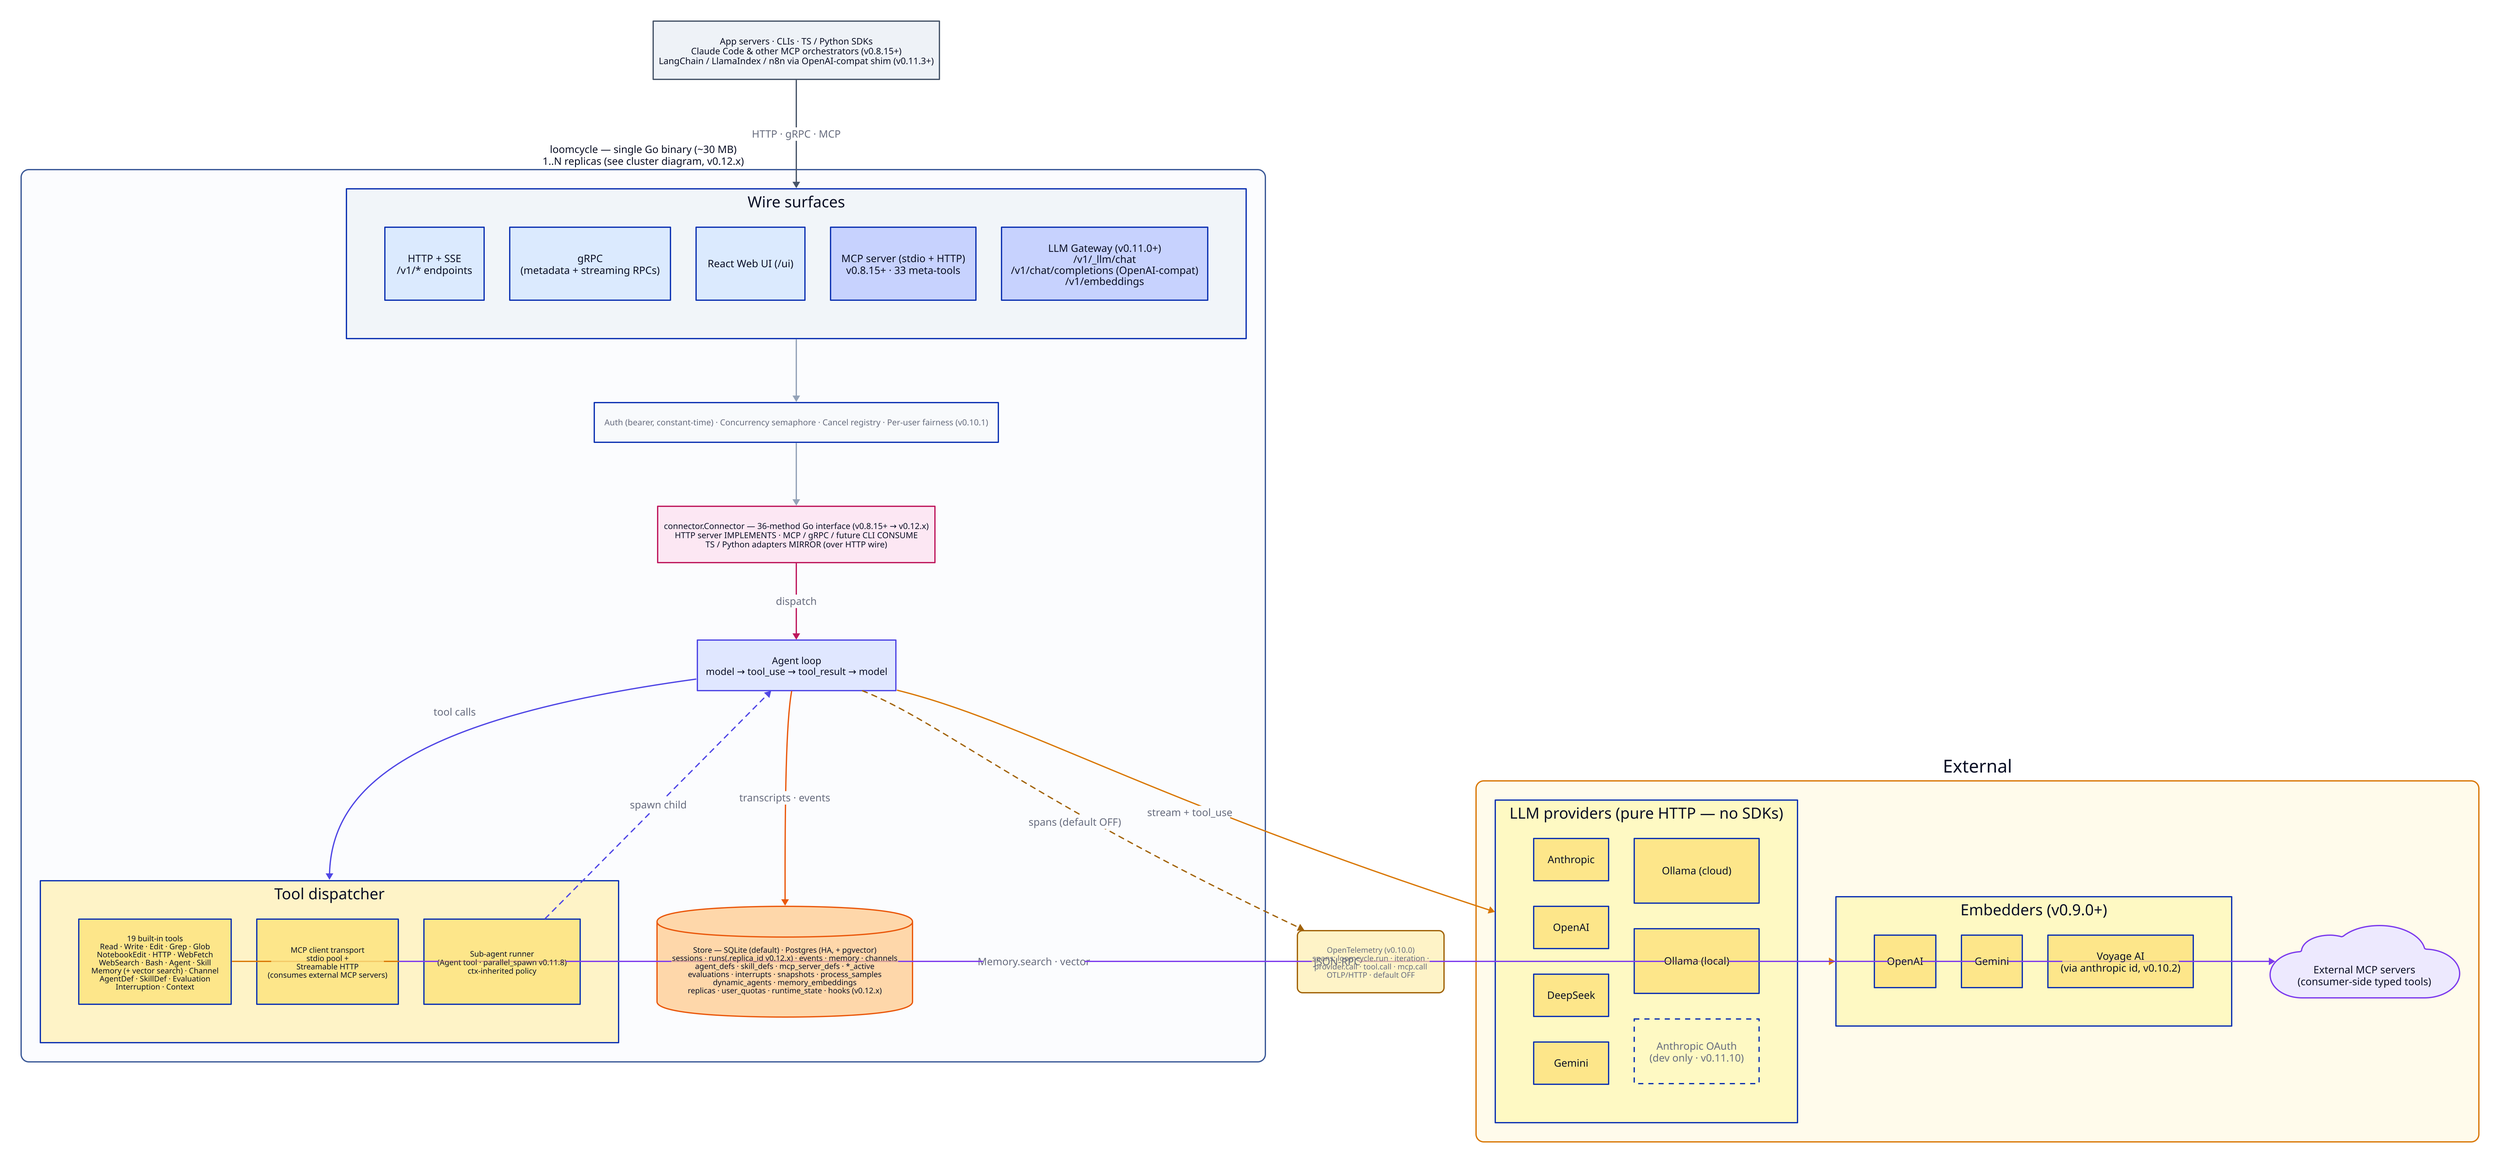
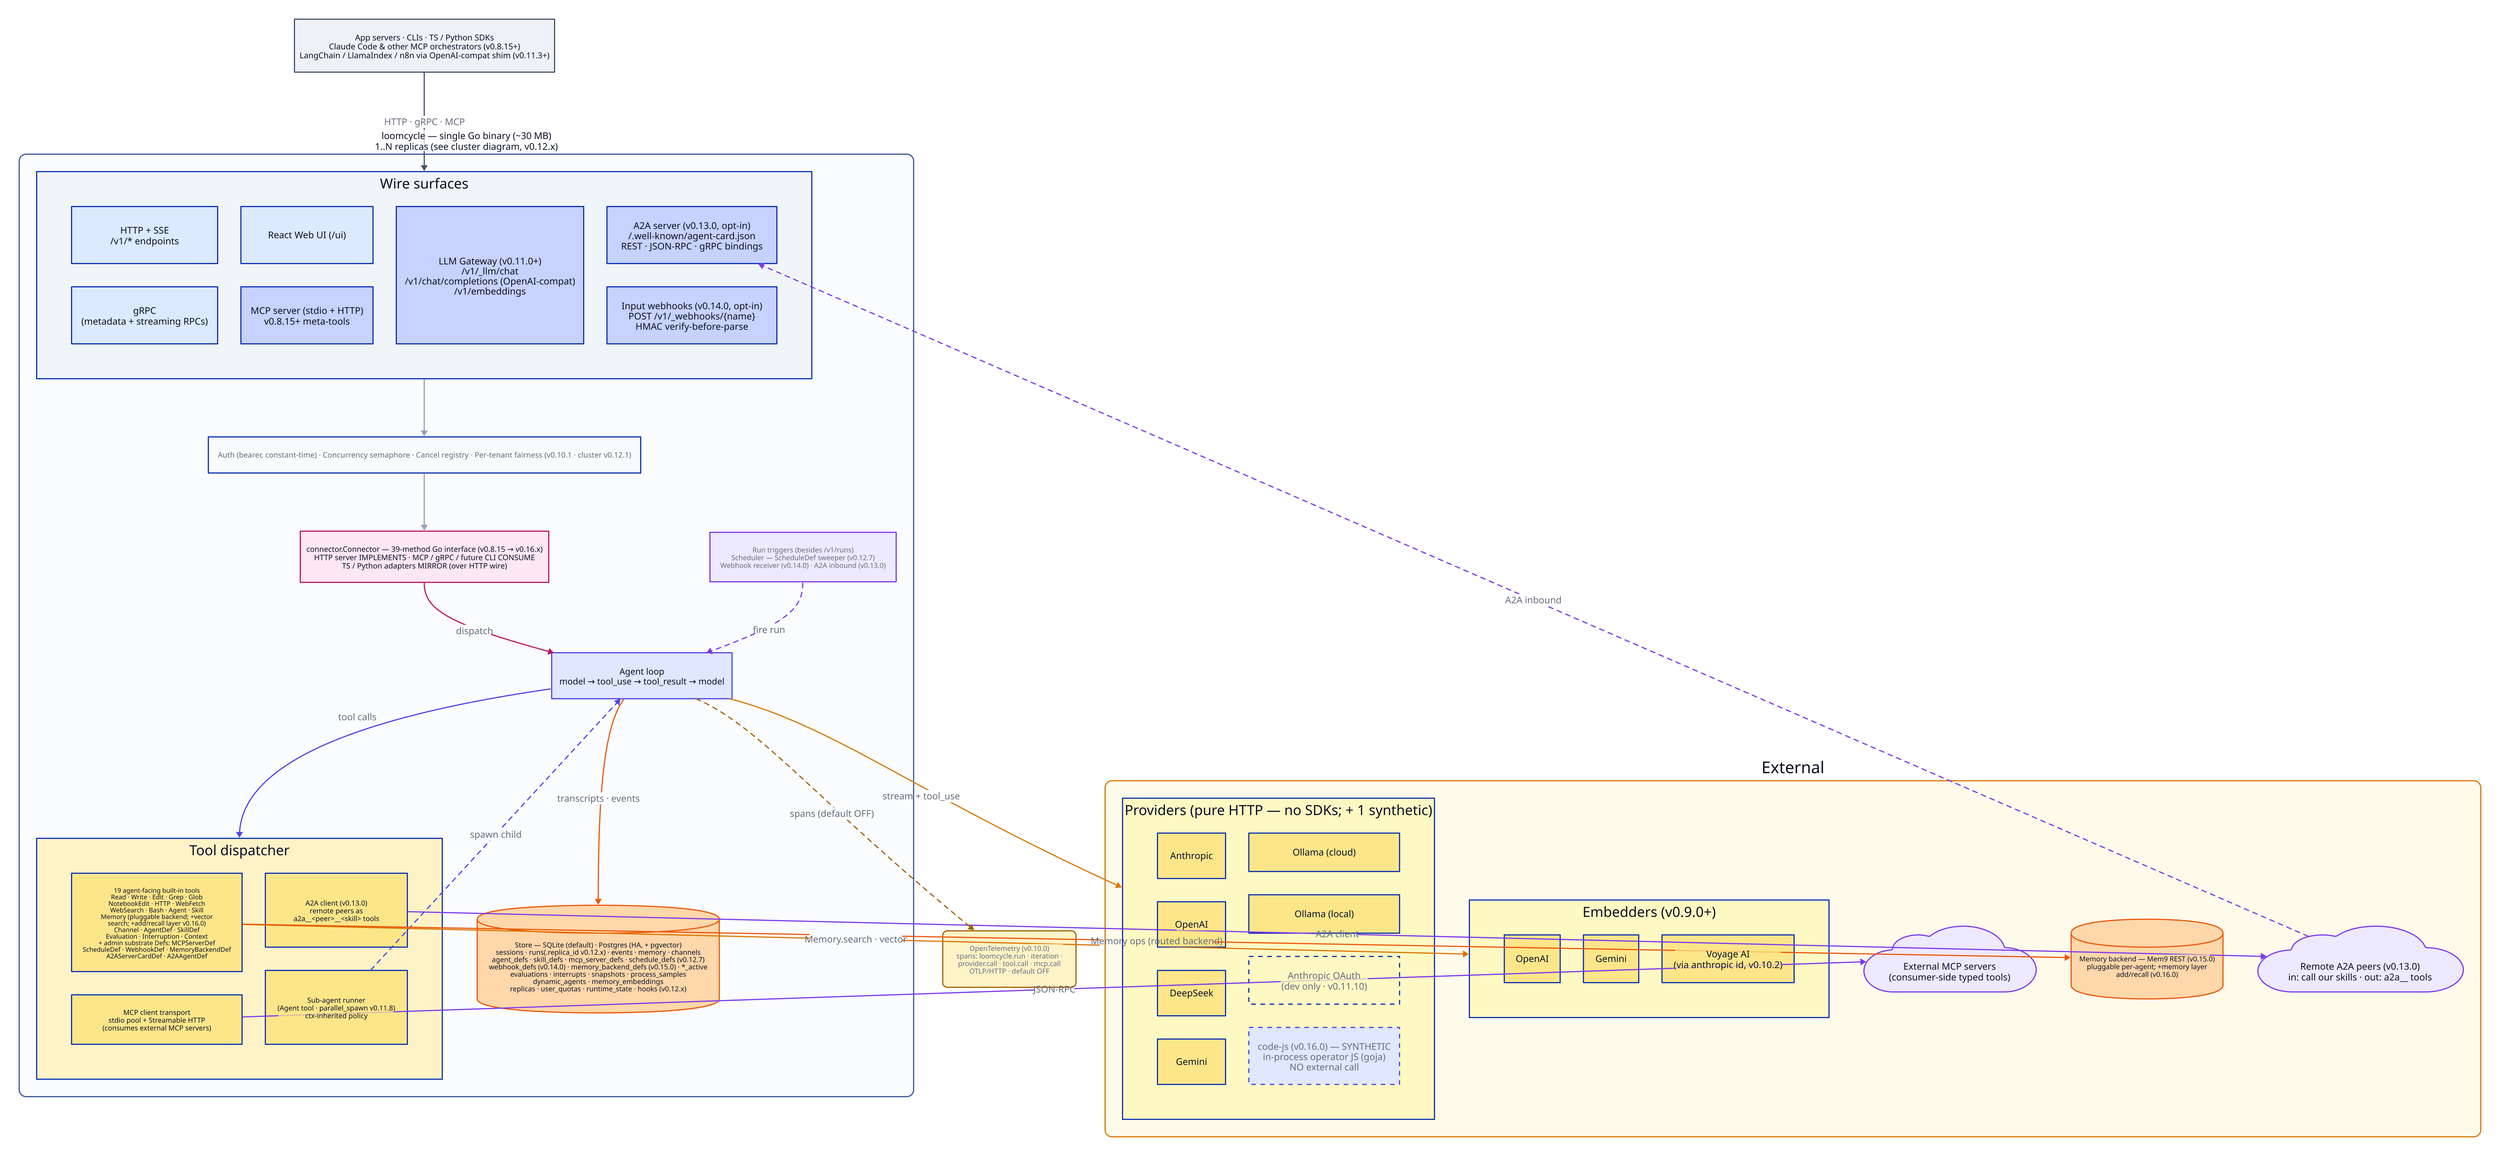
# LoomCycle architecture diagram
# Render: d2 docs/architecture.d2 docs/assets/architecture.png

vars: {
  d2-config: {
    layout-engine: elk
    pad: 32
  }
}

direction: down

# ---- External callers (left) ----

clients: "App servers · CLIs · TS / Python SDKs\nClaude Code & other MCP orchestrators (v0.8.15+)\nLangChain / LlamaIndex / n8n via OpenAI-compat shim (v0.11.3+)" {
  shape: rectangle
  style: {
    fill: "#eef2f7"
    stroke: "#475569"
    font-size: 14
  }
}

# ---- The loomcycle binary (center) ----

loomcycle: "loomcycle — single Go binary (~30 MB)\n1..N replicas (see cluster diagram, v0.12.x)" {
  style: {
    fill: "#fbfcfe"
    stroke: "#3b5998"
    stroke-width: 2
    border-radius: 12
    font-size: 16
    bold: true
  }

  direction: down

  surfaces: "Wire surfaces" {
-     grid-columns: 5
+     grid-columns: 4
    style.fill: "#f1f5f9"

    http_sse: "HTTP + SSE\n/v1/* endpoints" {style.fill: "#dbeafe"}
    grpc: "gRPC\n(metadata + streaming RPCs)" {style.fill: "#dbeafe"}
    webui: "React Web UI (/ui)" {style.fill: "#dbeafe"}
-     mcp_stdio: "MCP server (stdio + HTTP)\nv0.8.15+ · 33 meta-tools" {
+     mcp_stdio: "MCP server (stdio + HTTP)\nv0.8.15+ meta-tools" {
      style: {fill: "#c7d2fe"; bold: true}
    }
    gateway: "LLM Gateway (v0.11.0+)\n/v1/_llm/chat\n/v1/chat/completions (OpenAI-compat)\n/v1/embeddings" {
      style: {fill: "#c7d2fe"; bold: true}
    }
-   }
- 
-   middleware: "Auth (bearer, constant-time) · Concurrency semaphore · Cancel registry · Per-user fairness (v0.10.1)" {
+     a2a: "A2A server (v0.13.0, opt-in)\n/.well-known/agent-card.json\nREST · JSON-RPC · gRPC bindings" {
+       style: {fill: "#c7d2fe"; bold: true}
+     }
+     webhooks: "Input webhooks (v0.14.0, opt-in)\nPOST /v1/_webhooks/{name}\nHMAC verify-before-parse" {
+       style: {fill: "#c7d2fe"; bold: true}
+     }
+   }
+ 
+   middleware: "Auth (bearer, constant-time) · Concurrency semaphore · Cancel registry · Per-tenant fairness (v0.10.1 · cluster v0.12.1)" {
    style: {
      fill: "#f8fafc"
      italic: true
      font-size: 13
    }
  }

-   connector: "connector.Connector — 36-method Go interface (v0.8.15+ → v0.12.x)\nHTTP server IMPLEMENTS · MCP / gRPC / future CLI CONSUME\nTS / Python adapters MIRROR (over HTTP wire)" {
+   connector: "connector.Connector — 39-method Go interface (v0.8.15 → v0.16.x)\nHTTP server IMPLEMENTS · MCP / gRPC / future CLI CONSUME\nTS / Python adapters MIRROR (over HTTP wire)" {
    style: {
      fill: "#fce7f3"
      stroke: "#be185d"
      stroke-width: 2
      bold: true
      font-size: 13
    }
  }

  loop: "Agent loop\nmodel → tool_use → tool_result → model" {
    style: {
      fill: "#e0e7ff"
      stroke: "#4f46e5"
      stroke-width: 2
      bold: true
      font-size: 15
    }
  }

  dispatcher: "Tool dispatcher" {
-     grid-columns: 3
+     grid-columns: 2
    style.fill: "#fef3c7"

-     builtins: "19 built-in tools\nRead · Write · Edit · Grep · Glob\nNotebookEdit · HTTP · WebFetch\nWebSearch · Bash · Agent · Skill\nMemory (+ vector search) · Channel\nAgentDef · SkillDef · Evaluation\nInterruption · Context" {
+     builtins: "19 agent-facing built-in tools\nRead · Write · Edit · Grep · Glob\nNotebookEdit · HTTP · WebFetch\nWebSearch · Bash · Agent · Skill\nMemory (pluggable backend; +vector\nsearch; +add/recall layer v0.16.0)\nChannel · AgentDef · SkillDef\nEvaluation · Interruption · Context\n+ admin substrate Defs: MCPServerDef\nScheduleDef · WebhookDef · MemoryBackendDef\nA2AServerCardDef · A2AAgentDef" {
+       style: {fill: "#fde68a"; font-size: 11}
+     }
+     mcp_layer: "MCP client transport\nstdio pool + Streamable HTTP\n(consumes external MCP servers)" {
      style: {fill: "#fde68a"; font-size: 12}
    }
-     mcp_layer: "MCP client transport\nstdio pool +\nStreamable HTTP\n(consumes external MCP servers)" {
+     a2a_layer: "A2A client (v0.13.0)\nremote peers as\na2a__<peer>__<skill> tools" {
      style: {fill: "#fde68a"; font-size: 12}
    }
    subagents: "Sub-agent runner\n(Agent tool · parallel_spawn v0.11.8)\nctx-inherited policy" {
      style: {fill: "#fde68a"; font-size: 12}
    }
  }

-   store: "Store — SQLite (default) · Postgres (HA, + pgvector)\nsessions · runs(.replica_id v0.12.x) · events · memory · channels\nagent_defs · skill_defs · mcp_server_defs · *_active\nevaluations · interrupts · snapshots · process_samples\ndynamic_agents · memory_embeddings\nreplicas · user_quotas · runtime_state · hooks (v0.12.x)" {
+   triggers: "Run triggers (besides /v1/runs)\nScheduler — ScheduleDef sweeper (v0.12.7)\nWebhook receiver (v0.14.0) · A2A inbound (v0.13.0)" {
+     style: {fill: "#ede9fe"; stroke: "#7c3aed"; font-size: 12; italic: true}
+   }
+ 
+   store: "Store — SQLite (default) · Postgres (HA, + pgvector)\nsessions · runs(.replica_id v0.12.x) · events · memory · channels\nagent_defs · skill_defs · mcp_server_defs · schedule_defs (v0.12.7)\nwebhook_defs (v0.14.0) · memory_backend_defs (v0.15.0) · *_active\nevaluations · interrupts · snapshots · process_samples\ndynamic_agents · memory_embeddings\nreplicas · user_quotas · runtime_state · hooks (v0.12.x)" {
    shape: cylinder
    style: {
      fill: "#fed7aa"
      stroke: "#ea580c"
      bold: true
      font-size: 12
    }
  }

  surfaces -> middleware: {style.stroke: "#94a3b8"}
  middleware -> connector: {style.stroke: "#94a3b8"}
  connector -> loop: "dispatch" {style.stroke: "#be185d"; style.stroke-width: 2}
  loop -> dispatcher: "tool calls" {style.stroke: "#4f46e5"}
  loop -> store: "transcripts · events" {style.stroke: "#ea580c"}
+   triggers -> loop: "fire run" {style.stroke: "#7c3aed"; style.stroke-dash: 4}
  dispatcher.subagents -> loop: "spawn child" {
    style.stroke: "#4f46e5"
    style.stroke-dash: 4
  }
}

# ---- Observability (v0.10.0, default OFF) ----

otel: "OpenTelemetry (v0.10.0)\nspans: loomcycle.run · iteration ·\nprovider.call · tool.call · mcp.call\nOTLP/HTTP · default OFF" {
  shape: rectangle
  style: {
    fill: "#fef3c7"
    stroke: "#a16207"
    border-radius: 8
    font-size: 12
    italic: true
  }
}

# ---- External services (right) ----

externals: "External" {
  style: {
    fill: "#fffbeb"
    stroke: "#d97706"
    border-radius: 12
  }
  direction: down

-   providers: "LLM providers (pure HTTP — no SDKs)" {
+   providers: "Providers (pure HTTP — no SDKs; + 1 synthetic)" {
    grid-columns: 2
    style.fill: "#fef9c3"

    anthropic: "Anthropic" {style.fill: "#fde68a"}
    openai: "OpenAI" {style.fill: "#fde68a"}
    deepseek: "DeepSeek" {style.fill: "#fde68a"}
    gemini: "Gemini" {style.fill: "#fde68a"}
    ollama_cloud: "Ollama (cloud)" {style.fill: "#fde68a"}
    ollama_local: "Ollama (local)" {style.fill: "#fde68a"}
    anthropic_oauth_dev: "Anthropic OAuth\n(dev only · v0.11.10)" {
      style: {fill: "#fef9c3"; italic: true; stroke-dash: 4}
    }
+     codejs: "code-js (v0.16.0) — SYNTHETIC\nin-process operator JS (goja)\nNO external call" {
+       style: {fill: "#e0e7ff"; stroke: "#4f46e5"; italic: true; stroke-dash: 4}
+     }
  }

  embedders: "Embedders (v0.9.0+)" {
    grid-columns: 3
    style.fill: "#fef9c3"

    openai_e: "OpenAI" {style.fill: "#fde68a"}
    gemini_e: "Gemini" {style.fill: "#fde68a"}
    voyage_e: "Voyage AI\n(via anthropic id, v0.10.2)" {style.fill: "#fde68a"}
  }

  mcp_servers: "External MCP servers\n(consumer-side typed tools)" {
    shape: cloud
-     style: {
-       fill: "#ede9fe"
-       stroke: "#7c3aed"
-     }
+     style: {fill: "#ede9fe"; stroke: "#7c3aed"}
+   }
+ 
+   mem9: "Memory backend — Mem9 REST (v0.15.0)\npluggable per-agent; +memory layer\nadd/recall (v0.16.0)" {
+     shape: cylinder
+     style: {fill: "#fed7aa"; stroke: "#ea580c"; font-size: 12}
+   }
+ 
+   a2a_peers: "Remote A2A peers (v0.13.0)\nin: call our skills · out: a2a__ tools" {
+     shape: cloud
+     style: {fill: "#ede9fe"; stroke: "#7c3aed"}
  }
}

# ---- Cross-layer edges ----

clients -> loomcycle.surfaces: "HTTP · gRPC · MCP" {style.stroke: "#475569"}
loomcycle.loop -> externals.providers: "stream + tool_use" {
  style: {
    stroke: "#d97706"
    bold: true
  }
}
loomcycle.dispatcher.builtins -> externals.embedders: "Memory.search · vector" {
  style.stroke: "#d97706"
}
loomcycle.dispatcher.mcp_layer -> externals.mcp_servers: "JSON-RPC" {
  style.stroke: "#7c3aed"
}
+ loomcycle.dispatcher.builtins -> externals.mem9: "Memory ops (routed backend)" {
+   style.stroke: "#ea580c"
+ }
+ loomcycle.dispatcher.a2a_layer -> externals.a2a_peers: "A2A client" {
+   style.stroke: "#7c3aed"
+ }
+ externals.a2a_peers -> loomcycle.surfaces.a2a: "A2A inbound" {
+   style: {stroke: "#7c3aed"; stroke-dash: 4}
+ }
loomcycle.loop -> otel: "spans (default OFF)" {
  style: {
    stroke: "#a16207"
    stroke-dash: 4
  }
}
